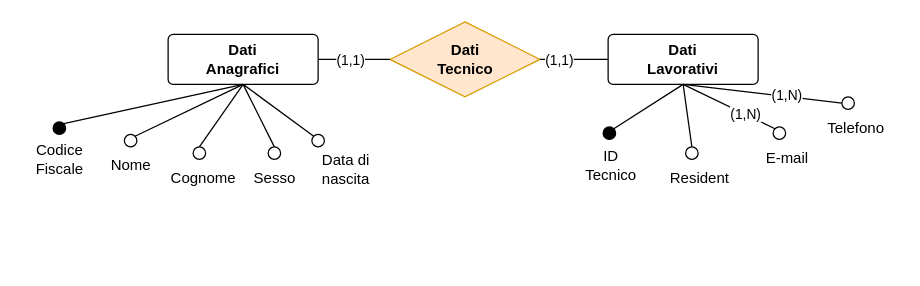
This is Diagrammi/tecnico2.drawio from fedeStaffo/Progetto_Basi_di_dati, a draw.io file, before an edit. Source tidied: cells renumbered, new cells numbered last; positions are measured from the earlier drawing's top-left corner, leaving out a move shared by most shapes. Both pictures are drawn from the tidied source at 125%, with x=0, y=0 at pixel (21, 21).
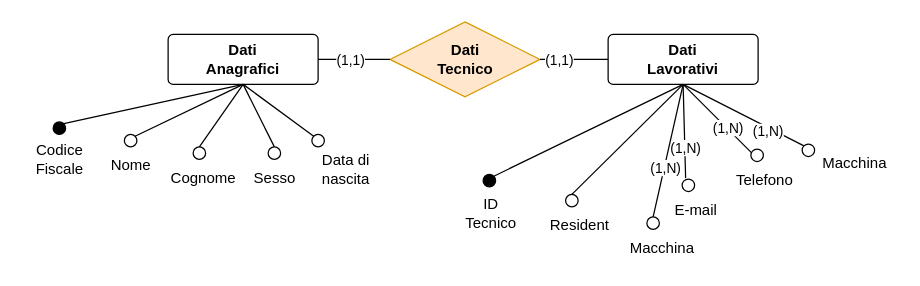
The same diagram, later.

Unchanged cells that the change refers to:
```xml
<mxCell id="2" value="&lt;b&gt;Dati&lt;br&gt;Lavorativi&lt;/b&gt;" style="rounded=1;arcSize=10;whiteSpace=wrap;html=1;align=center;" parent="1" vertex="1">
  <mxGeometry x="469" y="10" width="120" height="40" as="geometry" />
</mxCell>
```

Change to the diagram source:
```diff
@@
     <mxCell id="13" style="ellipse;whiteSpace=wrap;html=1;" parent="1" vertex="1">
-      <mxGeometry x="531" y="100" width="10" height="10" as="geometry" />
+      <mxGeometry x="435" y="138" width="10" height="10" as="geometry" />
     </mxCell>
     <mxCell id="14" value="Resident" style="text;html=1;align=center;verticalAlign=middle;strokeColor=none;fillColor=none;" parent="1" vertex="1">
-      <mxGeometry x="507" y="110" width="70" height="30" as="geometry" />
+      <mxGeometry x="411" y="148" width="70" height="30" as="geometry" />
     </mxCell>
     <mxCell id="15" style="ellipse;whiteSpace=wrap;html=1;" parent="1" vertex="1">
-      <mxGeometry x="601" y="84" width="10" height="10" as="geometry" />
+      <mxGeometry x="528.2" y="125.7" width="10" height="10" as="geometry" />
     </mxCell>
     <mxCell id="16" value="E-mail" style="text;html=1;align=center;verticalAlign=middle;strokeColor=none;fillColor=none;" parent="1" vertex="1">
-      <mxGeometry x="582" y="94" width="60" height="30" as="geometry" />
+      <mxGeometry x="509.2" y="135.7" width="60" height="30" as="geometry" />
     </mxCell>
     <mxCell id="17" style="ellipse;whiteSpace=wrap;html=1;" parent="1" vertex="1">
-      <mxGeometry x="656" y="60" width="10" height="10" as="geometry" />
+      <mxGeometry x="583.2" y="101.7" width="10" height="10" as="geometry" />
     </mxCell>
     <mxCell id="18" value="Telefono" style="text;html=1;align=center;verticalAlign=middle;strokeColor=none;fillColor=none;" parent="1" vertex="1">
-      <mxGeometry x="632" y="70" width="70" height="30" as="geometry" />
+      <mxGeometry x="559.2" y="111.7" width="70" height="30" as="geometry" />
     </mxCell>
@@
     <mxCell id="20" style="ellipse;whiteSpace=wrap;html=1;fillColor=#000000;" parent="1" vertex="1">
-      <mxGeometry x="465" y="84" width="10" height="10" as="geometry" />
+      <mxGeometry x="369" y="122" width="10" height="10" as="geometry" />
     </mxCell>
     <mxCell id="21" value="ID&lt;br&gt;Tecnico" style="text;html=1;align=center;verticalAlign=middle;strokeColor=none;fillColor=none;" parent="1" vertex="1">
-      <mxGeometry x="441" y="94" width="59" height="41" as="geometry" />
+      <mxGeometry x="345" y="132" width="59" height="41" as="geometry" />
     </mxCell>
@@
-    <mxCell id="29" style="endArrow=none;html=1;rounded=0;entryX=0.5;entryY=1;entryDx=0;entryDy=0;exitX=0;exitY=0;exitDx=0;exitDy=0;" parent="1" edge="1" source="15" target="2">
-      <mxGeometry relative="1" as="geometry" />
+    <mxCell id="29" style="endArrow=none;html=1;rounded=0;entryX=0.5;entryY=1;entryDx=0;entryDy=0;" parent="1" edge="1" target="2">
+      <mxGeometry relative="1" as="geometry">
+        <mxPoint x="531" y="125" as="sourcePoint" />
+      </mxGeometry>
     </mxCell>
@@
-    <mxCell id="31" style="endArrow=none;html=1;rounded=0;entryX=0.5;entryY=1;entryDx=0;entryDy=0;exitX=0;exitY=0.5;exitDx=0;exitDy=0;" parent="1" edge="1" source="17" target="2">
-      <mxGeometry relative="1" as="geometry" />
+    <mxCell id="31" style="endArrow=none;html=1;rounded=0;entryX=0.5;entryY=1;entryDx=0;entryDy=0;" parent="1" edge="1" target="2">
+      <mxGeometry relative="1" as="geometry">
+        <mxPoint x="584" y="105" as="sourcePoint" />
+      </mxGeometry>
     </mxCell>
@@
+    <mxCell id="38" style="ellipse;whiteSpace=wrap;html=1;" parent="1" vertex="1">
+      <mxGeometry x="500" y="156" width="10" height="10" as="geometry" />
+    </mxCell>
+    <mxCell id="39" value="Macchina" style="text;html=1;align=center;verticalAlign=middle;strokeColor=none;fillColor=none;" parent="1" vertex="1">
+      <mxGeometry x="477" y="168" width="69" height="26" as="geometry" />
+    </mxCell>
+    <mxCell id="40" style="endArrow=none;html=1;rounded=0;entryX=0.5;entryY=1;entryDx=0;entryDy=0;" parent="1" edge="1" target="2">
+      <mxGeometry relative="1" as="geometry">
+        <mxPoint x="505" y="156" as="sourcePoint" />
+      </mxGeometry>
+    </mxCell>
+    <mxCell id="41" value="(1,N)" style="edgeLabel;html=1;align=center;verticalAlign=middle;" parent="40" vertex="1">
+      <mxGeometry x="-0.25" relative="1" as="geometry" />
+    </mxCell>
+    <mxCell id="42" style="endArrow=none;html=1;rounded=0;exitX=0.5;exitY=1;exitDx=0;exitDy=0;entryX=0;entryY=0;entryDx=0;entryDy=0;" parent="1" edge="1" source="2" target="45">
+      <mxGeometry relative="1" as="geometry" />
+    </mxCell>
+    <mxCell id="43" value="(1,N)" style="edgeLabel;html=1;align=center;verticalAlign=middle;" parent="42" vertex="1">
+      <mxGeometry x="0.42" y="-3" relative="1" as="geometry" />
+    </mxCell>
+    <mxCell id="44" value="Macchina" style="text;html=1;align=center;verticalAlign=middle;strokeColor=none;fillColor=none;" parent="1" vertex="1">
+      <mxGeometry x="631" y="99.7" width="69" height="26" as="geometry" />
+    </mxCell>
+    <mxCell id="45" style="ellipse;whiteSpace=wrap;html=1;" parent="1" vertex="1">
+      <mxGeometry x="624.2" y="97.7" width="10" height="10" as="geometry" />
+    </mxCell>
```
